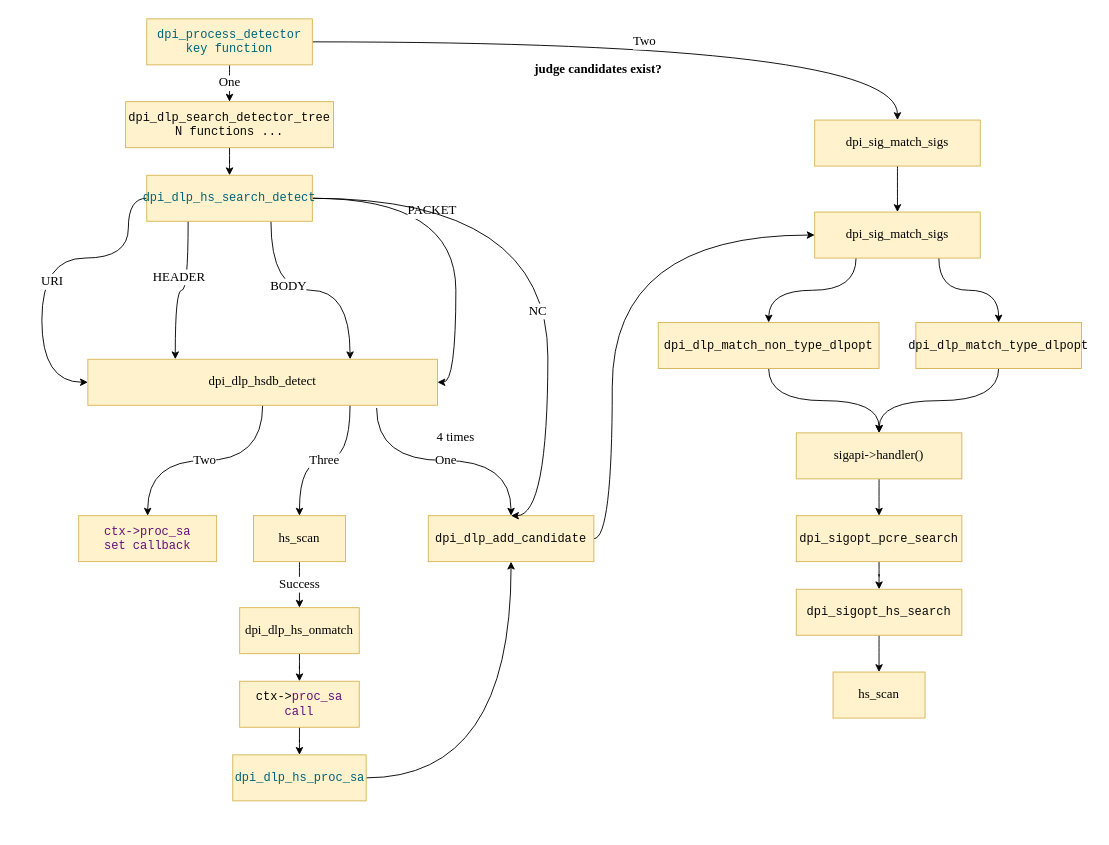
haolipeng/study_cloud_security keeps this draw.io diagram as 3-容器安全/Neuvector/Candidates流程.drawio. Above is the earlier version. Source tidied: cells renumbered, new cells numbered last; positions are measured from the earlier drawing's top-left corner, leaving out a move shared by most shapes. Both pictures are drawn from the tidied source at 92%, with x=0, y=0 at pixel (41, 18).
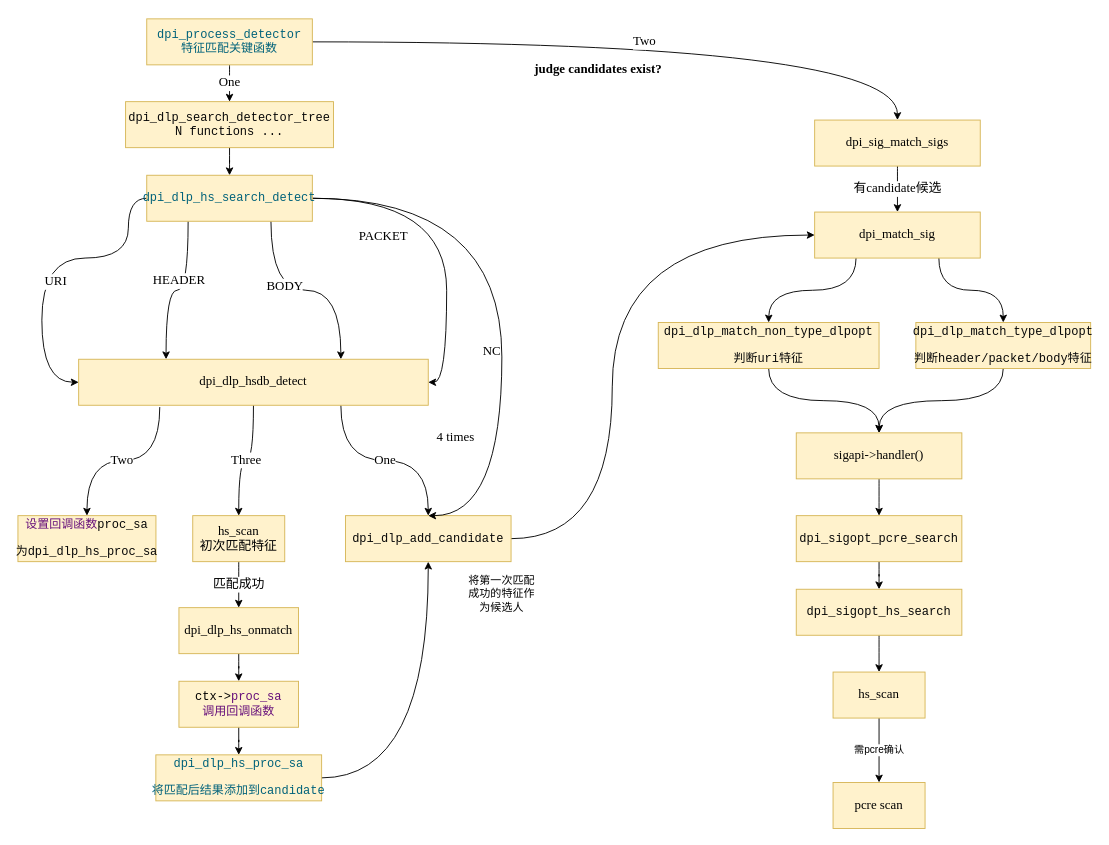
After the change.

Commit message (it also covers changes not shown here):
Candidates流程.drawio 部署和调试文档更新

The change refers to these unchanged cells:
```xml
<mxCell id="10" style="edgeStyle=orthogonalEdgeStyle;curved=1;rounded=0;jettySize=auto;html=1;exitX=1;exitY=0.5;exitDx=0;exitDy=0;fontFamily=Times New Roman;fontSize=14;fontColor=default;entryX=1;entryY=0.5;entryDx=0;entryDy=0;" parent="1" edge="1" source="14" target="18">
  <mxGeometry relative="1" as="geometry" />
</mxCell>
<mxCell id="14" value="&lt;pre style=&quot;color: rgb(8, 8, 8); font-family: &amp;quot;JetBrains Mono&amp;quot;, monospace; font-size: 9.8pt;&quot;&gt;&lt;span style=&quot;color:#00627a;&quot;&gt;dpi_dlp_hs_search_detect&lt;/span&gt;&lt;/pre&gt;" style="rounded=0;whiteSpace=wrap;html=1;fillColor=#fff2cc;strokeColor=#d6b656;fontFamily=Times New Roman;fontSize=14;verticalAlign=middle;fontColor=default;labelBackgroundColor=none;" parent="1" vertex="1">
  <mxGeometry x="114" y="170" width="180" height="50" as="geometry" />
</mxCell>
<mxCell id="32" value="dpi_sig_match_sigs" style="rounded=0;whiteSpace=wrap;html=1;fillColor=#fff2cc;strokeColor=#d6b656;fontFamily=Times New Roman;fontSize=14;verticalAlign=middle;fontColor=default;labelBackgroundColor=none;" parent="1" vertex="1">
  <mxGeometry x="840" y="110" width="180" height="50" as="geometry" />
</mxCell>
<mxCell id="49" value="hs_scan" style="rounded=0;whiteSpace=wrap;html=1;fillColor=#fff2cc;strokeColor=#d6b656;fontFamily=Times New Roman;fontSize=14;verticalAlign=middle;labelBackgroundColor=none;" parent="1" vertex="1">
  <mxGeometry x="860" y="710" width="100" height="50" as="geometry" />
</mxCell>
```

What changed in the source:
```diff
@@
     <mxCell id="3" value="&lt;pre style=&quot;color: rgb(8, 8, 8); font-family: &amp;quot;JetBrains Mono&amp;quot;, monospace; font-size: 9.8pt;&quot;&gt;dpi_dlp_add_candidate&lt;/pre&gt;" style="rounded=0;whiteSpace=wrap;html=1;fillColor=#fff2cc;strokeColor=#d6b656;fontFamily=Times New Roman;fontSize=14;verticalAlign=middle;labelBackgroundColor=none;" parent="1" vertex="1">
-      <mxGeometry x="420" y="540" width="180" height="50" as="geometry" />
+      <mxGeometry x="330" y="540" width="180" height="50" as="geometry" />
     </mxCell>
@@
     <mxCell id="11" value="PACKET" style="edgeLabel;html=1;align=center;verticalAlign=middle;fontSize=14;fontFamily=Times New Roman;fontColor=default;" parent="10" vertex="1">
-      <mxGeometry x="-0.1" y="-27" relative="1" as="geometry" />
+      <mxGeometry x="-0.1" y="-27" relative="1" as="geometry">
+        <mxPoint x="-43" y="22" as="offset" />
+      </mxGeometry>
     </mxCell>
     <mxCell id="12" style="edgeStyle=orthogonalEdgeStyle;curved=1;rounded=0;jettySize=auto;html=1;exitX=1;exitY=0.5;exitDx=0;exitDy=0;entryX=0.5;entryY=0;entryDx=0;entryDy=0;fontFamily=Times New Roman;fontSize=14;fontColor=default;" parent="1" edge="1" source="14" target="3">
       <mxGeometry relative="1" as="geometry">
         <Array as="points">
-          <mxPoint x="550" y="195" />
-          <mxPoint x="550" y="540" />
+          <mxPoint x="500" y="195" />
+          <mxPoint x="500" y="540" />
         </Array>
       </mxGeometry>
     </mxCell>
@@
-    <mxCell id="15" value="One" style="edgeStyle=orthogonalEdgeStyle;curved=1;rounded=0;jettySize=auto;html=1;exitX=0.826;exitY=1.06;exitDx=0;exitDy=0;fontFamily=Times New Roman;fontSize=14;fontColor=default;exitPerimeter=0;" parent="1" edge="1" source="18" target="3">
+    <mxCell id="15" value="One" style="edgeStyle=orthogonalEdgeStyle;curved=1;rounded=0;jettySize=auto;html=1;exitX=0.75;exitY=1;exitDx=0;exitDy=0;fontFamily=Times New Roman;fontSize=14;fontColor=default;" parent="1" edge="1" source="18" target="3">
       <mxGeometry relative="1" as="geometry" />
     </mxCell>
-    <mxCell id="16" value="Three" style="edgeStyle=orthogonalEdgeStyle;curved=1;rounded=0;jettySize=auto;html=1;exitX=0.75;exitY=1;exitDx=0;exitDy=0;entryX=0.5;entryY=0;entryDx=0;entryDy=0;fontFamily=Times New Roman;fontSize=14;fontColor=default;" parent="1" edge="1" source="18" target="20">
+    <mxCell id="16" value="Three" style="edgeStyle=orthogonalEdgeStyle;curved=1;rounded=0;jettySize=auto;html=1;exitX=0.5;exitY=1;exitDx=0;exitDy=0;entryX=0.5;entryY=0;entryDx=0;entryDy=0;fontFamily=Times New Roman;fontSize=14;fontColor=default;" parent="1" edge="1" source="18" target="20">
       <mxGeometry relative="1" as="geometry" />
     </mxCell>
-    <mxCell id="17" value="&lt;div&gt;Two&lt;/div&gt;" style="edgeStyle=orthogonalEdgeStyle;curved=1;rounded=0;jettySize=auto;html=1;exitX=0.5;exitY=1;exitDx=0;exitDy=0;fontFamily=Times New Roman;fontSize=14;fontColor=default;" parent="1" edge="1" source="18" target="25">
+    <mxCell id="17" value="&lt;div&gt;Two&lt;/div&gt;" style="edgeStyle=orthogonalEdgeStyle;curved=1;rounded=0;jettySize=auto;html=1;exitX=0.232;exitY=1.04;exitDx=0;exitDy=0;fontFamily=Times New Roman;fontSize=14;fontColor=default;exitPerimeter=0;" parent="1" edge="1" source="18" target="25">
       <mxGeometry relative="1" as="geometry" />
     </mxCell>
     <mxCell id="18" value="dpi_dlp_hsdb_detect" style="rounded=0;whiteSpace=wrap;html=1;fillColor=#fff2cc;strokeColor=#d6b656;fontFamily=Times New Roman;fontSize=14;verticalAlign=middle;labelBackgroundColor=none;" parent="1" vertex="1">
-      <mxGeometry x="50" y="370" width="380" height="50" as="geometry" />
+      <mxGeometry x="40" y="370" width="380" height="50" as="geometry" />
     </mxCell>
-    <mxCell id="19" value="Success" style="edgeStyle=orthogonalEdgeStyle;curved=1;rounded=0;jettySize=auto;html=1;fontFamily=Times New Roman;fontSize=14;fontColor=default;" parent="1" edge="1" source="20" target="22">
+    <mxCell id="19" value="匹配成功" style="edgeStyle=orthogonalEdgeStyle;curved=1;rounded=0;jettySize=auto;html=1;fontFamily=Times New Roman;fontSize=14;fontColor=default;" parent="1" edge="1" source="20" target="22">
       <mxGeometry relative="1" as="geometry" />
     </mxCell>
-    <mxCell id="20" value="hs_scan" style="rounded=0;whiteSpace=wrap;html=1;fillColor=#fff2cc;strokeColor=#d6b656;fontFamily=Times New Roman;fontSize=14;verticalAlign=middle;labelBackgroundColor=none;" parent="1" vertex="1">
-      <mxGeometry x="230" y="540" width="100" height="50" as="geometry" />
+    <mxCell id="20" value="hs_scan&lt;br&gt;初次匹配特征" style="rounded=0;whiteSpace=wrap;html=1;fillColor=#fff2cc;strokeColor=#d6b656;fontFamily=Times New Roman;fontSize=14;verticalAlign=middle;labelBackgroundColor=none;" parent="1" vertex="1">
+      <mxGeometry x="164" y="540" width="100" height="50" as="geometry" />
     </mxCell>
@@
     <mxCell id="22" value="dpi_dlp_hs_onmatch" style="rounded=0;whiteSpace=wrap;html=1;fillColor=#fff2cc;strokeColor=#d6b656;fontFamily=Times New Roman;fontSize=14;verticalAlign=middle;labelBackgroundColor=none;" parent="1" vertex="1">
-      <mxGeometry x="215" y="640" width="130" height="50" as="geometry" />
+      <mxGeometry x="149" y="640" width="130" height="50" as="geometry" />
     </mxCell>
@@
-    <mxCell id="24" value="&lt;pre style=&quot;color: rgb(8, 8, 8); font-family: &amp;quot;JetBrains Mono&amp;quot;, monospace; font-size: 9.8pt;&quot;&gt;&lt;span style=&quot;color:#000000;&quot;&gt;ctx&lt;/span&gt;-&amp;gt;&lt;span style=&quot;color:#660e7a;&quot;&gt;proc_sa&lt;br&gt;call&lt;br&gt;&lt;/span&gt;&lt;/pre&gt;" style="rounded=0;whiteSpace=wrap;html=1;fillColor=#fff2cc;strokeColor=#d6b656;fontFamily=Times New Roman;fontSize=14;verticalAlign=middle;labelBackgroundColor=none;" parent="1" vertex="1">
-      <mxGeometry x="215" y="720" width="130" height="50" as="geometry" />
+    <mxCell id="24" value="&lt;pre style=&quot;color: rgb(8, 8, 8); font-family: &amp;quot;JetBrains Mono&amp;quot;, monospace; font-size: 9.8pt;&quot;&gt;&lt;span style=&quot;color:#000000;&quot;&gt;ctx&lt;/span&gt;-&amp;gt;&lt;span style=&quot;color:#660e7a;&quot;&gt;proc_sa&lt;br&gt;调用回调函数&lt;/span&gt;&lt;/pre&gt;" style="rounded=0;whiteSpace=wrap;html=1;fillColor=#fff2cc;strokeColor=#d6b656;fontFamily=Times New Roman;fontSize=14;verticalAlign=middle;labelBackgroundColor=none;" parent="1" vertex="1">
+      <mxGeometry x="149" y="720" width="130" height="50" as="geometry" />
     </mxCell>
-    <mxCell id="25" value="&lt;pre style=&quot;color: rgb(8, 8, 8); font-family: &amp;quot;JetBrains Mono&amp;quot;, monospace; font-size: 9.8pt;&quot;&gt;&lt;span style=&quot;color:#660e7a;&quot;&gt;ctx-&amp;gt;proc_sa&lt;br&gt;set callback&lt;br&gt;&lt;/span&gt;&lt;/pre&gt;" style="rounded=0;whiteSpace=wrap;html=1;fillColor=#fff2cc;strokeColor=#d6b656;fontFamily=Times New Roman;fontSize=14;verticalAlign=middle;labelBackgroundColor=none;" parent="1" vertex="1">
-      <mxGeometry x="40" y="540" width="150" height="50" as="geometry" />
+    <mxCell id="25" value="&lt;pre style=&quot;color: rgb(8, 8, 8); font-family: &amp;quot;JetBrains Mono&amp;quot;, monospace; font-size: 9.8pt;&quot;&gt;&lt;span style=&quot;color:#660e7a;&quot;&gt;设置回调函数&lt;/span&gt;proc_sa&lt;/pre&gt;&lt;pre style=&quot;color: rgb(8, 8, 8); font-family: &amp;quot;JetBrains Mono&amp;quot;, monospace; font-size: 9.8pt;&quot;&gt;为dpi_dlp_hs_proc_sa&lt;/pre&gt;" style="rounded=0;whiteSpace=wrap;html=1;fillColor=#fff2cc;strokeColor=#d6b656;fontFamily=Times New Roman;fontSize=14;verticalAlign=middle;labelBackgroundColor=none;" parent="1" vertex="1">
+      <mxGeometry x="-26" y="540" width="150" height="50" as="geometry" />
     </mxCell>
@@
-    <mxCell id="30" value="&lt;pre style=&quot;color: rgb(8, 8, 8); font-family: &amp;quot;JetBrains Mono&amp;quot;, monospace; font-size: 9.8pt;&quot;&gt;&lt;span style=&quot;color:#00627a;&quot;&gt;dpi_process_detector&lt;br&gt;key function&lt;br&gt;&lt;/span&gt;&lt;/pre&gt;" style="rounded=0;whiteSpace=wrap;html=1;fillColor=#fff2cc;strokeColor=#d6b656;fontFamily=Times New Roman;fontSize=14;verticalAlign=middle;fontColor=default;labelBackgroundColor=none;" parent="1" vertex="1">
+    <mxCell id="30" value="&lt;pre style=&quot;color: rgb(8, 8, 8); font-family: &amp;quot;JetBrains Mono&amp;quot;, monospace; font-size: 9.8pt;&quot;&gt;&lt;span style=&quot;color:#00627a;&quot;&gt;dpi_process_detector&lt;br&gt;特征匹配关键函数&lt;/span&gt;&lt;/pre&gt;" style="rounded=0;whiteSpace=wrap;html=1;fillColor=#fff2cc;strokeColor=#d6b656;fontFamily=Times New Roman;fontSize=14;verticalAlign=middle;fontColor=default;labelBackgroundColor=none;" parent="1" vertex="1">
       <mxGeometry x="114" width="180" height="50" as="geometry" />
     </mxCell>
-    <mxCell id="31" style="edgeStyle=orthogonalEdgeStyle;curved=1;rounded=0;jettySize=auto;html=1;fontFamily=Times New Roman;fontSize=14;fontColor=default;" parent="1" edge="1" source="32" target="35">
+    <mxCell id="31" value="有candidate候选" style="edgeStyle=orthogonalEdgeStyle;curved=1;rounded=0;jettySize=auto;html=1;fontFamily=Times New Roman;fontSize=14;fontColor=default;" parent="1" edge="1" source="32" target="35">
       <mxGeometry relative="1" as="geometry" />
     </mxCell>
@@
-    <mxCell id="35" value="dpi_sig_match_sigs" style="rounded=0;whiteSpace=wrap;html=1;fillColor=#fff2cc;strokeColor=#d6b656;fontFamily=Times New Roman;fontSize=14;verticalAlign=middle;fontColor=default;labelBackgroundColor=none;" parent="1" vertex="1">
+    <mxCell id="35" value="dpi_match_sig" style="rounded=0;whiteSpace=wrap;html=1;fillColor=#fff2cc;strokeColor=#d6b656;fontFamily=Times New Roman;fontSize=14;verticalAlign=middle;fontColor=default;labelBackgroundColor=none;" parent="1" vertex="1">
       <mxGeometry x="840" y="210" width="180" height="50" as="geometry" />
     </mxCell>
@@
-    <mxCell id="37" value="&lt;pre style=&quot;color: rgb(8, 8, 8); font-family: &amp;quot;JetBrains Mono&amp;quot;, monospace; font-size: 9.8pt;&quot;&gt;dpi_dlp_match_type_dlpopt&lt;/pre&gt;" style="rounded=0;whiteSpace=wrap;html=1;fillColor=#fff2cc;strokeColor=#d6b656;fontFamily=Times New Roman;fontSize=14;verticalAlign=middle;fontColor=default;labelBackgroundColor=none;" parent="1" vertex="1">
-      <mxGeometry x="950" y="330" width="180" height="50" as="geometry" />
+    <mxCell id="37" value="&lt;pre style=&quot;color: rgb(8, 8, 8); font-family: &amp;quot;JetBrains Mono&amp;quot;, monospace; font-size: 9.8pt;&quot;&gt;dpi_dlp_match_type_dlpopt&lt;/pre&gt;&lt;pre style=&quot;color: rgb(8, 8, 8); font-family: &amp;quot;JetBrains Mono&amp;quot;, monospace; font-size: 9.8pt;&quot;&gt;判断header/packet/body特征&lt;/pre&gt;" style="rounded=0;whiteSpace=wrap;html=1;fillColor=#fff2cc;strokeColor=#d6b656;fontFamily=Times New Roman;fontSize=14;verticalAlign=middle;fontColor=default;labelBackgroundColor=none;" parent="1" vertex="1">
+      <mxGeometry x="950" y="330" width="190" height="50" as="geometry" />
     </mxCell>
@@
-    <mxCell id="39" value="&lt;pre style=&quot;color: rgb(8, 8, 8); font-family: &amp;quot;JetBrains Mono&amp;quot;, monospace; font-size: 9.8pt;&quot;&gt;dpi_dlp_match_non_type_dlpopt&lt;/pre&gt;" style="rounded=0;whiteSpace=wrap;html=1;fillColor=#fff2cc;strokeColor=#d6b656;fontFamily=Times New Roman;fontSize=14;verticalAlign=middle;fontColor=default;labelBackgroundColor=none;" parent="1" vertex="1">
+    <mxCell id="39" value="&lt;pre style=&quot;color: rgb(8, 8, 8); font-family: &amp;quot;JetBrains Mono&amp;quot;, monospace; font-size: 9.8pt;&quot;&gt;dpi_dlp_match_non_type_dlpopt&lt;/pre&gt;&lt;pre style=&quot;color: rgb(8, 8, 8); font-family: &amp;quot;JetBrains Mono&amp;quot;, monospace; font-size: 9.8pt;&quot;&gt;判断uri特征&lt;/pre&gt;" style="rounded=0;whiteSpace=wrap;html=1;fillColor=#fff2cc;strokeColor=#d6b656;fontFamily=Times New Roman;fontSize=14;verticalAlign=middle;fontColor=default;labelBackgroundColor=none;" parent="1" vertex="1">
       <mxGeometry x="670" y="330" width="240" height="50" as="geometry" />
     </mxCell>
@@
-    <mxCell id="47" value="&lt;pre style=&quot;color: rgb(8, 8, 8); font-family: &amp;quot;JetBrains Mono&amp;quot;, monospace; font-size: 9.8pt;&quot;&gt;&lt;span style=&quot;color:#00627a;&quot;&gt;dpi_dlp_hs_proc_sa&lt;/span&gt;&lt;/pre&gt;" style="rounded=0;whiteSpace=wrap;html=1;fillColor=#fff2cc;strokeColor=#d6b656;fontFamily=Times New Roman;fontSize=14;verticalAlign=middle;labelBackgroundColor=none;" parent="1" vertex="1">
-      <mxGeometry x="207.5" y="800" width="145" height="50" as="geometry" />
+    <mxCell id="47" value="&lt;pre style=&quot;color: rgb(8, 8, 8); font-family: &amp;quot;JetBrains Mono&amp;quot;, monospace; font-size: 9.8pt;&quot;&gt;&lt;span style=&quot;color:#00627a;&quot;&gt;dpi_dlp_hs_proc_sa&lt;/span&gt;&lt;/pre&gt;&lt;pre style=&quot;color: rgb(8, 8, 8); font-family: &amp;quot;JetBrains Mono&amp;quot;, monospace; font-size: 9.8pt;&quot;&gt;&lt;span style=&quot;color:#00627a;&quot;&gt;将匹配后结果添加到candidate&lt;/span&gt;&lt;/pre&gt;" style="rounded=0;whiteSpace=wrap;html=1;fillColor=#fff2cc;strokeColor=#d6b656;fontFamily=Times New Roman;fontSize=14;verticalAlign=middle;labelBackgroundColor=none;" parent="1" vertex="1">
+      <mxGeometry x="123.9" y="800" width="180.2" height="50" as="geometry" />
     </mxCell>
@@
+    <mxCell id="51" value="需pcre确认" style="edgeStyle=orthogonalEdgeStyle;rounded=0;jettySize=auto;html=1;" parent="1" edge="1" source="49" target="53">
+      <mxGeometry relative="1" as="geometry" />
+    </mxCell>
@@
+    <mxCell id="52" value="将第一次匹配成功的特征作为候选人" style="text;html=1;strokeColor=none;fillColor=none;align=center;verticalAlign=middle;whiteSpace=wrap;rounded=0;" parent="1" vertex="1">
+      <mxGeometry x="460" y="610" width="80" height="30" as="geometry" />
+    </mxCell>
+    <mxCell id="53" value="pcre scan" style="rounded=0;whiteSpace=wrap;html=1;fillColor=#fff2cc;strokeColor=#d6b656;fontFamily=Times New Roman;fontSize=14;verticalAlign=middle;labelBackgroundColor=none;" parent="1" vertex="1">
+      <mxGeometry x="860" y="830" width="100" height="50" as="geometry" />
+    </mxCell>
```
